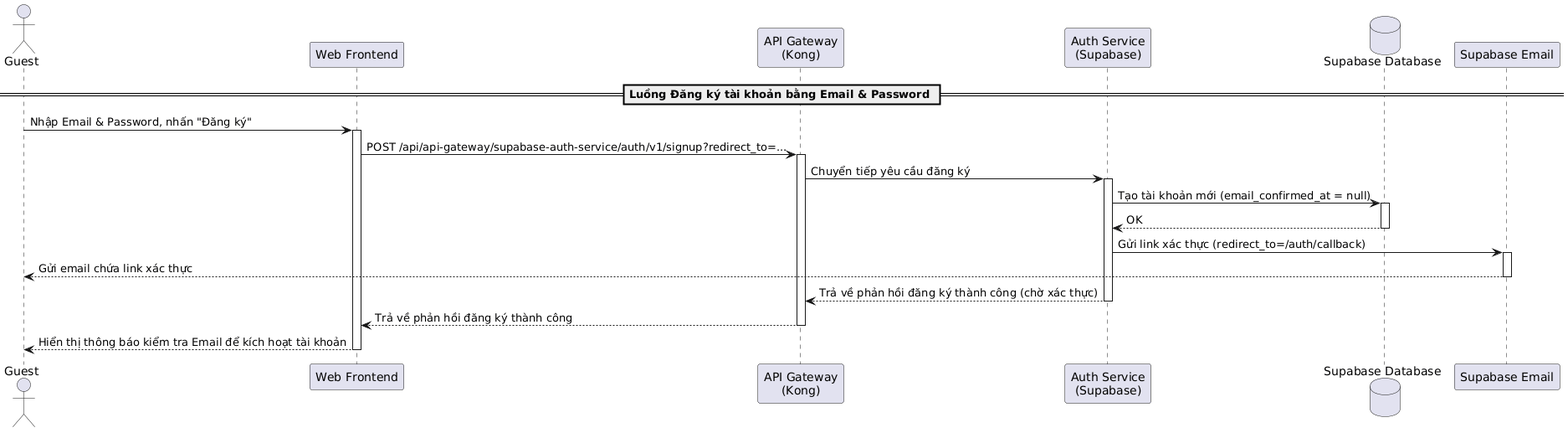
Earlier version of the PlantUML export latex/contents/Sequence/UML-Sequence-04.png (20206205Tech/docs-latex).
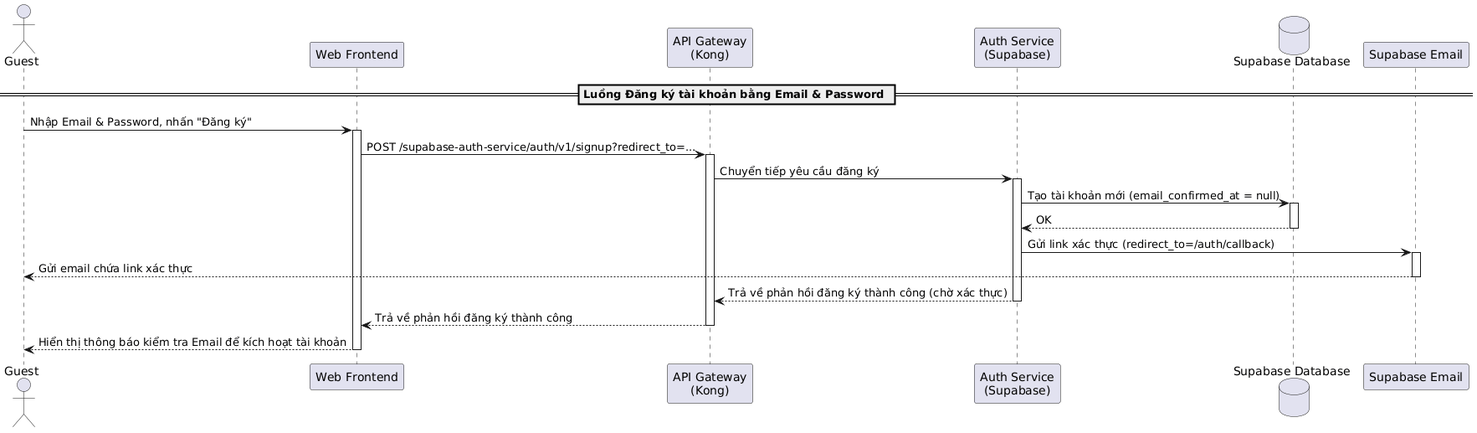
Later version of the same file.

What changed in the source:
```diff
@@ -10,7 +10,7 @@
 Guest -> Frontend: Nhập Email & Password, nhấn "Đăng ký"
 activate Frontend
 
-Frontend -> Kong: POST /api/api-gateway/supabase-auth-service/auth/v1/signup?redirect_to=...
+Frontend -> Kong: POST /supabase-auth-service/auth/v1/signup?redirect_to=...
 activate Kong
 Kong -> AuthService: Chuyển tiếp yêu cầu đăng ký
 activate AuthService
```
